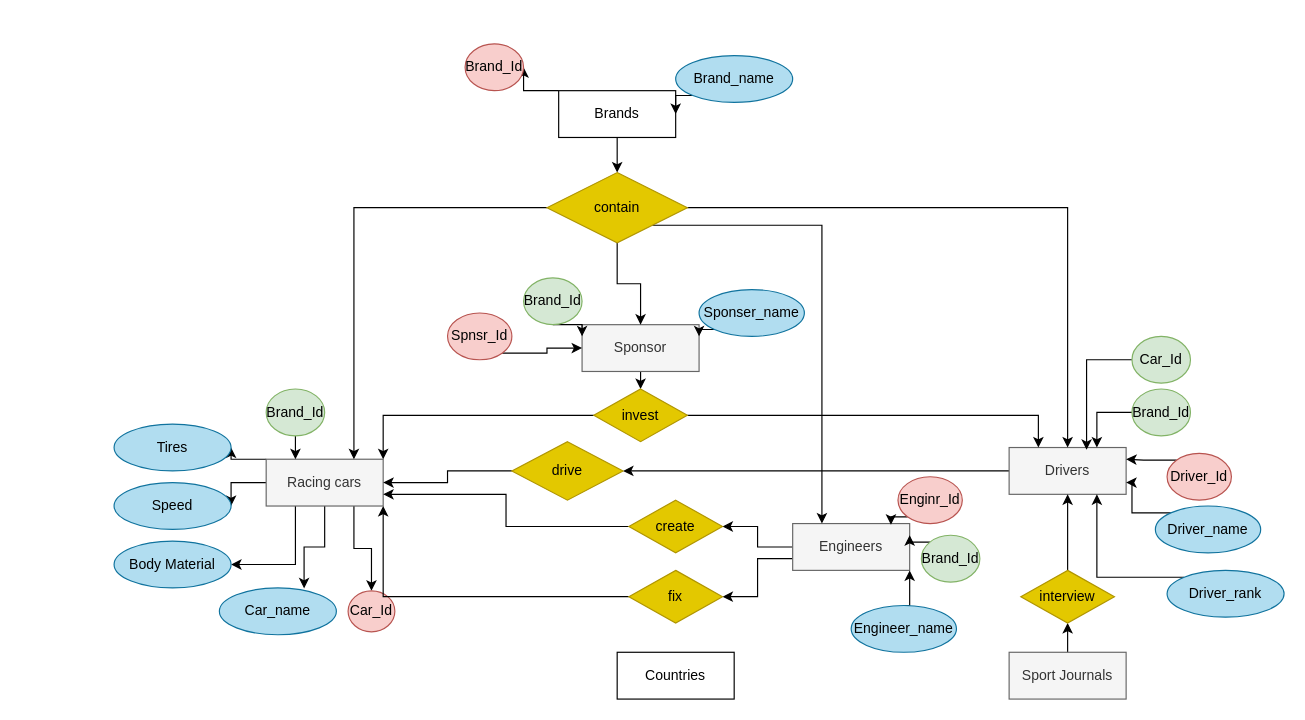
Earlier version of the draw.io diagram Untitled Diagram.drawio (sabajhn/scroll-js). Source tidied: cells renumbered, new cells numbered last; positions are measured from the earlier drawing's top-left corner, leaving out a move shared by most shapes. Both pictures are drawn from the tidied source at 117%, with x=0, y=0 at pixel (113, 43).
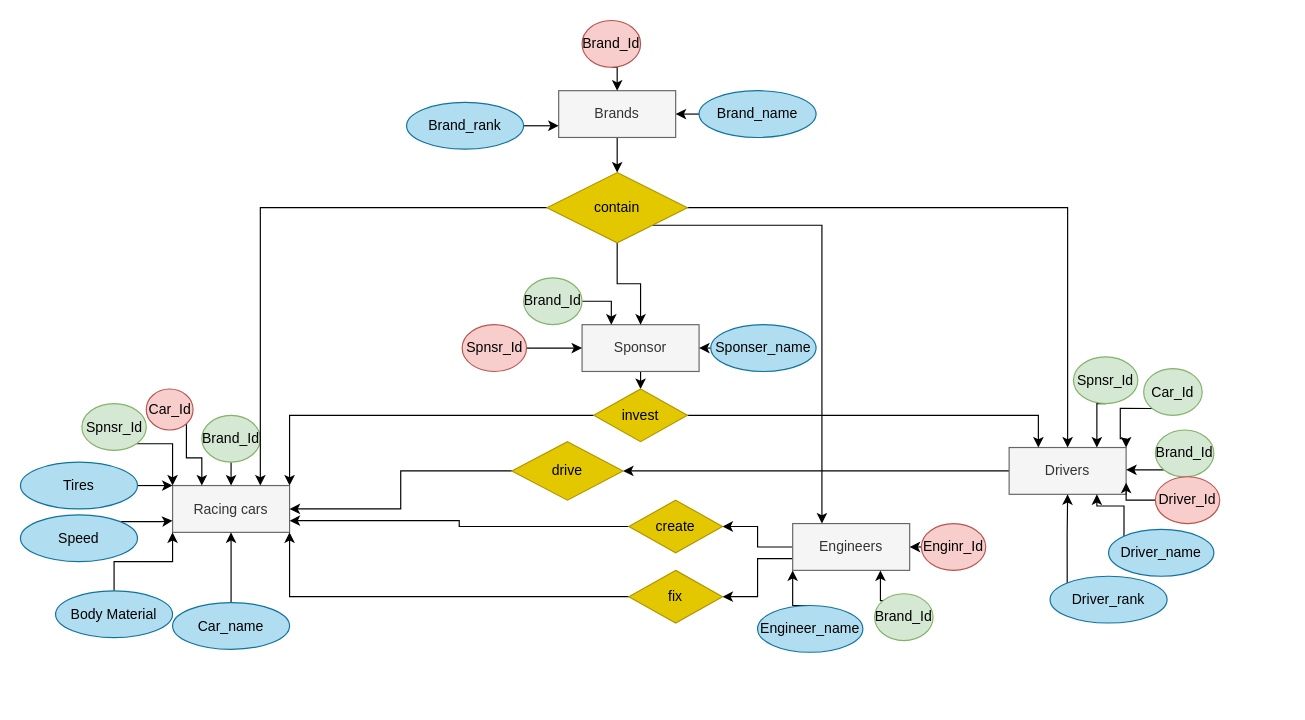
Above is the later version.

The change refers to these unchanged cells:
```xml
<mxCell id="6" value="Drivers" style="whiteSpace=wrap;html=1;align=center;fillColor=#f5f5f5;fontColor=#333333;strokeColor=#666666;" parent="1" vertex="1">
  <mxGeometry x="765" y="345" width="100" height="40" as="geometry" />
</mxCell>
<mxCell id="9" value="Engineers" style="whiteSpace=wrap;html=1;align=center;fillColor=#f5f5f5;fontColor=#333333;strokeColor=#666666;" parent="1" vertex="1">
  <mxGeometry x="580" y="410" width="100" height="40" as="geometry" />
</mxCell>
<mxCell id="12" value="Sponsor" style="whiteSpace=wrap;html=1;align=center;fillColor=#f5f5f5;strokeColor=#666666;fontColor=#333333;" parent="1" vertex="1">
  <mxGeometry x="400" y="240" width="100" height="40" as="geometry" />
</mxCell>
<mxCell id="38" value="Brand_Id" style="ellipse;whiteSpace=wrap;html=1;align=center;fillColor=#d5e8d4;strokeColor=#82b366;" parent="1" vertex="1">
  <mxGeometry x="350" y="200" width="50" height="40" as="geometry" />
</mxCell>
```

The edit, as a diff of the source:
```diff
@@
-    <mxCell id="2" style="edgeStyle=orthogonalEdgeStyle;rounded=0;jettySize=auto;html=1;exitX=0;exitY=0;exitDx=0;exitDy=0;entryX=1;entryY=0.5;entryDx=0;entryDy=0;" parent="1" edge="1" source="4" target="22">
-      <mxGeometry relative="1" as="geometry" />
-    </mxCell>
@@
-    <mxCell id="4" value="Brands" style="whiteSpace=wrap;html=1;align=center;" parent="1" vertex="1">
+    <mxCell id="4" value="Brands" style="whiteSpace=wrap;html=1;align=center;fillColor=#f5f5f5;fontColor=#333333;strokeColor=#666666;" parent="1" vertex="1">
       <mxGeometry x="380" y="40" width="100" height="40" as="geometry" />
     </mxCell>
@@
-    <mxCell id="10" value="Countries" style="whiteSpace=wrap;html=1;align=center;" parent="1" vertex="1">
-      <mxGeometry x="430" y="520" width="100" height="40" as="geometry" />
-    </mxCell>
@@
-    <mxCell id="14" style="edgeStyle=orthogonalEdgeStyle;rounded=0;jettySize=auto;html=1;exitX=0;exitY=0;exitDx=0;exitDy=0;entryX=1;entryY=0.5;entryDx=0;entryDy=0;" parent="1" edge="1" source="19" target="25">
-      <mxGeometry relative="1" as="geometry" />
-    </mxCell>
-    <mxCell id="15" style="edgeStyle=orthogonalEdgeStyle;rounded=0;jettySize=auto;html=1;exitX=0;exitY=0.5;exitDx=0;exitDy=0;entryX=1;entryY=0.5;entryDx=0;entryDy=0;" parent="1" edge="1" source="19" target="26">
-      <mxGeometry relative="1" as="geometry" />
-    </mxCell>
-    <mxCell id="16" style="edgeStyle=orthogonalEdgeStyle;rounded=0;jettySize=auto;html=1;exitX=0.25;exitY=1;exitDx=0;exitDy=0;entryX=1;entryY=0.5;entryDx=0;entryDy=0;" parent="1" edge="1" source="19" target="27">
-      <mxGeometry relative="1" as="geometry" />
-    </mxCell>
-    <mxCell id="17" style="edgeStyle=orthogonalEdgeStyle;rounded=0;jettySize=auto;html=1;exitX=0.5;exitY=1;exitDx=0;exitDy=0;entryX=0.724;entryY=0.01;entryDx=0;entryDy=0;entryPerimeter=0;" parent="1" edge="1" source="19" target="48">
-      <mxGeometry relative="1" as="geometry" />
-    </mxCell>
-    <mxCell id="18" style="edgeStyle=orthogonalEdgeStyle;rounded=0;jettySize=auto;html=1;exitX=0.75;exitY=1;exitDx=0;exitDy=0;entryX=0.5;entryY=0;entryDx=0;entryDy=0;" parent="1" edge="1" source="19" target="49">
-      <mxGeometry relative="1" as="geometry" />
-    </mxCell>
     <mxCell id="19" value="Racing cars" style="whiteSpace=wrap;html=1;align=center;fillColor=#f5f5f5;fontColor=#333333;strokeColor=#666666;" parent="1" vertex="1">
-      <mxGeometry x="130" y="355" width="100" height="40" as="geometry" />
+      <mxGeometry x="50" y="377.5" width="100" height="40" as="geometry" />
     </mxCell>
-    <mxCell id="20" style="edgeStyle=orthogonalEdgeStyle;rounded=0;jettySize=auto;html=1;exitX=0.5;exitY=0;exitDx=0;exitDy=0;entryX=0.5;entryY=1;entryDx=0;entryDy=0;" parent="1" edge="1" source="21" target="45">
-      <mxGeometry relative="1" as="geometry" />
-    </mxCell>
-    <mxCell id="21" value="Sport Journals" style="whiteSpace=wrap;html=1;align=center;fillColor=#f5f5f5;fontColor=#333333;strokeColor=#666666;" parent="1" vertex="1">
-      <mxGeometry x="765" y="520" width="100" height="40" as="geometry" />
-    </mxCell>
+    <mxCell id="70" style="edgeStyle=orthogonalEdgeStyle;rounded=0;jettySize=auto;html=1;exitX=0.5;exitY=1;exitDx=0;exitDy=0;entryX=0.5;entryY=0;entryDx=0;entryDy=0;" parent="1" edge="1" source="22" target="4">
+      <mxGeometry relative="1" as="geometry" />
+    </mxCell>
     <mxCell id="22" value="Brand_Id" style="ellipse;whiteSpace=wrap;html=1;align=center;fillColor=#f8cecc;strokeColor=#b85450;" parent="1" vertex="1">
-      <mxGeometry x="300" width="50" height="40" as="geometry" />
+      <mxGeometry x="400" y="-20" width="50" height="40" as="geometry" />
     </mxCell>
-    <mxCell id="23" style="edgeStyle=orthogonalEdgeStyle;rounded=0;jettySize=auto;html=1;exitX=0.5;exitY=1;exitDx=0;exitDy=0;entryX=0.25;entryY=0;entryDx=0;entryDy=0;" parent="1" edge="1" source="24" target="19">
+    <mxCell id="23" style="edgeStyle=orthogonalEdgeStyle;rounded=0;jettySize=auto;html=1;exitX=0.5;exitY=1;exitDx=0;exitDy=0;entryX=0.5;entryY=0;entryDx=0;entryDy=0;" parent="1" edge="1" source="24" target="19">
       <mxGeometry relative="1" as="geometry" />
     </mxCell>
     <mxCell id="24" value="Brand_Id" style="ellipse;whiteSpace=wrap;html=1;align=center;fillColor=#d5e8d4;strokeColor=#82b366;" parent="1" vertex="1">
-      <mxGeometry x="130" y="295" width="50" height="40" as="geometry" />
+      <mxGeometry x="75" y="317.5" width="50" height="40" as="geometry" />
     </mxCell>
+    <mxCell id="71" style="edgeStyle=orthogonalEdgeStyle;rounded=0;jettySize=auto;html=1;exitX=1;exitY=0.5;exitDx=0;exitDy=0;entryX=0;entryY=0;entryDx=0;entryDy=0;" parent="1" edge="1" source="25" target="19">
+      <mxGeometry relative="1" as="geometry" />
+    </mxCell>
     <mxCell id="25" value="Tires" style="ellipse;whiteSpace=wrap;html=1;align=center;fillColor=#b1ddf0;strokeColor=#10739e;" parent="1" vertex="1">
-      <mxGeometry y="325" width="100" height="40" as="geometry" />
+      <mxGeometry x="-80" y="357.5" width="100" height="40" as="geometry" />
     </mxCell>
+    <mxCell id="72" style="edgeStyle=orthogonalEdgeStyle;rounded=0;jettySize=auto;html=1;exitX=1;exitY=0;exitDx=0;exitDy=0;entryX=0;entryY=0.75;entryDx=0;entryDy=0;" parent="1" edge="1" source="26" target="19">
+      <mxGeometry relative="1" as="geometry" />
+    </mxCell>
     <mxCell id="26" value="Speed" style="ellipse;whiteSpace=wrap;html=1;align=center;fillColor=#b1ddf0;strokeColor=#10739e;" parent="1" vertex="1">
-      <mxGeometry y="375" width="100" height="40" as="geometry" />
+      <mxGeometry x="-80" y="402.5" width="100" height="40" as="geometry" />
     </mxCell>
+    <mxCell id="73" style="edgeStyle=orthogonalEdgeStyle;rounded=0;jettySize=auto;html=1;exitX=0.5;exitY=0;exitDx=0;exitDy=0;entryX=0;entryY=1;entryDx=0;entryDy=0;" parent="1" edge="1" source="27" target="19">
+      <mxGeometry relative="1" as="geometry" />
+    </mxCell>
     <mxCell id="27" value="Body Material" style="ellipse;whiteSpace=wrap;html=1;align=center;fillColor=#b1ddf0;strokeColor=#10739e;" parent="1" vertex="1">
-      <mxGeometry y="425" width="100" height="40" as="geometry" />
+      <mxGeometry x="-50" y="467.5" width="100" height="40" as="geometry" />
     </mxCell>
@@
-    <mxCell id="33" style="edgeStyle=orthogonalEdgeStyle;rounded=0;jettySize=auto;html=1;exitX=0;exitY=0.5;exitDx=0;exitDy=0;entryX=0.75;entryY=0;entryDx=0;entryDy=0;" parent="1" edge="1" source="34" target="6">
+    <mxCell id="33" style="edgeStyle=orthogonalEdgeStyle;rounded=0;jettySize=auto;html=1;exitX=0;exitY=1;exitDx=0;exitDy=0;entryX=1;entryY=0.5;entryDx=0;entryDy=0;" parent="1" edge="1" source="34" target="6">
       <mxGeometry relative="1" as="geometry" />
     </mxCell>
     <mxCell id="34" value="Brand_Id" style="ellipse;whiteSpace=wrap;html=1;align=center;fillColor=#d5e8d4;strokeColor=#82b366;" parent="1" vertex="1">
-      <mxGeometry x="870" y="295" width="50" height="40" as="geometry" />
+      <mxGeometry x="890" y="330" width="50" height="40" as="geometry" />
     </mxCell>
-    <mxCell id="35" style="edgeStyle=orthogonalEdgeStyle;rounded=0;jettySize=auto;html=1;exitX=0;exitY=0;exitDx=0;exitDy=0;entryX=1;entryY=0.25;entryDx=0;entryDy=0;" parent="1" edge="1" source="36" target="9">
+    <mxCell id="35" style="edgeStyle=orthogonalEdgeStyle;rounded=0;jettySize=auto;html=1;exitX=0;exitY=0;exitDx=0;exitDy=0;entryX=0.75;entryY=1;entryDx=0;entryDy=0;" parent="1" edge="1" source="36" target="9">
       <mxGeometry relative="1" as="geometry" />
     </mxCell>
     <mxCell id="36" value="Brand_Id" style="ellipse;whiteSpace=wrap;html=1;align=center;fillColor=#d5e8d4;strokeColor=#82b366;" parent="1" vertex="1">
-      <mxGeometry x="690" y="420" width="50" height="40" as="geometry" />
+      <mxGeometry x="650" y="470" width="50" height="40" as="geometry" />
     </mxCell>
-    <mxCell id="37" style="edgeStyle=orthogonalEdgeStyle;rounded=0;jettySize=auto;html=1;exitX=0.5;exitY=1;exitDx=0;exitDy=0;entryX=0;entryY=0.25;entryDx=0;entryDy=0;" parent="1" edge="1" source="38" target="12">
+    <mxCell id="37" style="edgeStyle=orthogonalEdgeStyle;rounded=0;jettySize=auto;html=1;exitX=1;exitY=0.5;exitDx=0;exitDy=0;entryX=0.25;entryY=0;entryDx=0;entryDy=0;" parent="1" edge="1" source="38" target="12">
       <mxGeometry relative="1" as="geometry" />
     </mxCell>
@@
-    <mxCell id="44" style="edgeStyle=orthogonalEdgeStyle;rounded=0;jettySize=auto;html=1;" parent="1" edge="1" source="45" target="6">
-      <mxGeometry relative="1" as="geometry" />
-    </mxCell>
-    <mxCell id="45" value="interview" style="shape=rhombus;perimeter=rhombusPerimeter;whiteSpace=wrap;html=1;align=center;fillColor=#e3c800;fontColor=#000000;strokeColor=#B09500;" parent="1" vertex="1">
-      <mxGeometry x="775" y="450" width="80" height="45" as="geometry" />
-    </mxCell>
-    <mxCell id="46" style="edgeStyle=orthogonalEdgeStyle;rounded=0;jettySize=auto;html=1;exitX=0;exitY=1;exitDx=0;exitDy=0;entryX=1;entryY=0.5;entryDx=0;entryDy=0;" parent="1" edge="1" source="47" target="4">
+    <mxCell id="46" style="edgeStyle=orthogonalEdgeStyle;rounded=0;jettySize=auto;html=1;exitX=0;exitY=0.5;exitDx=0;exitDy=0;entryX=1;entryY=0.5;entryDx=0;entryDy=0;" parent="1" edge="1" source="47" target="4">
       <mxGeometry relative="1" as="geometry" />
     </mxCell>
     <mxCell id="47" value="Brand_name" style="ellipse;whiteSpace=wrap;html=1;align=center;fillColor=#b1ddf0;strokeColor=#10739e;" parent="1" vertex="1">
-      <mxGeometry x="480" y="10" width="100" height="40" as="geometry" />
+      <mxGeometry x="500" y="40" width="100" height="40" as="geometry" />
     </mxCell>
+    <mxCell id="74" style="edgeStyle=orthogonalEdgeStyle;rounded=0;jettySize=auto;html=1;" parent="1" edge="1" source="48" target="19">
+      <mxGeometry relative="1" as="geometry" />
+    </mxCell>
     <mxCell id="48" value="Car_name" style="ellipse;whiteSpace=wrap;html=1;align=center;fillColor=#b1ddf0;strokeColor=#10739e;" parent="1" vertex="1">
-      <mxGeometry x="90" y="465" width="100" height="40" as="geometry" />
+      <mxGeometry x="50" y="477.5" width="100" height="40" as="geometry" />
     </mxCell>
+    <mxCell id="75" style="edgeStyle=orthogonalEdgeStyle;rounded=0;jettySize=auto;html=1;exitX=1;exitY=1;exitDx=0;exitDy=0;entryX=0.25;entryY=0;entryDx=0;entryDy=0;" parent="1" edge="1" source="49" target="19">
+      <mxGeometry relative="1" as="geometry" />
+    </mxCell>
     <mxCell id="49" value="Car_Id" style="ellipse;whiteSpace=wrap;html=1;align=center;fillColor=#f8cecc;strokeColor=#b85450;" parent="1" vertex="1">
-      <mxGeometry x="200" y="467.5" width="40" height="35" as="geometry" />
+      <mxGeometry x="27.5" y="295" width="40" height="35" as="geometry" />
     </mxCell>
-    <mxCell id="50" style="edgeStyle=orthogonalEdgeStyle;rounded=0;jettySize=auto;html=1;exitX=0;exitY=0;exitDx=0;exitDy=0;entryX=1;entryY=0.25;entryDx=0;entryDy=0;" parent="1" edge="1" source="51" target="6">
+    <mxCell id="50" style="edgeStyle=orthogonalEdgeStyle;rounded=0;jettySize=auto;html=1;exitX=0;exitY=0.5;exitDx=0;exitDy=0;entryX=1;entryY=0.75;entryDx=0;entryDy=0;" parent="1" edge="1" source="51" target="6">
       <mxGeometry relative="1" as="geometry" />
     </mxCell>
     <mxCell id="51" value="Driver_Id" style="ellipse;whiteSpace=wrap;html=1;align=center;fillColor=#f8cecc;strokeColor=#b85450;" parent="1" vertex="1">
-      <mxGeometry x="900" y="350" width="55" height="40" as="geometry" />
+      <mxGeometry x="890" y="370" width="55" height="40" as="geometry" />
     </mxCell>
-    <mxCell id="52" style="edgeStyle=orthogonalEdgeStyle;rounded=0;jettySize=auto;html=1;exitX=1;exitY=1;exitDx=0;exitDy=0;entryX=0;entryY=0.5;entryDx=0;entryDy=0;" parent="1" edge="1" source="53" target="12">
+    <mxCell id="52" style="edgeStyle=orthogonalEdgeStyle;rounded=0;jettySize=auto;html=1;exitX=1;exitY=0.5;exitDx=0;exitDy=0;entryX=0;entryY=0.5;entryDx=0;entryDy=0;" parent="1" edge="1" source="53" target="12">
       <mxGeometry relative="1" as="geometry" />
     </mxCell>
     <mxCell id="53" value="Spnsr_Id" style="ellipse;whiteSpace=wrap;html=1;align=center;fillColor=#f8cecc;strokeColor=#b85450;" parent="1" vertex="1">
-      <mxGeometry x="285" y="230" width="55" height="40" as="geometry" />
+      <mxGeometry x="297.5" y="240" width="55" height="40" as="geometry" />
     </mxCell>
-    <mxCell id="54" style="edgeStyle=orthogonalEdgeStyle;rounded=0;jettySize=auto;html=1;exitX=0;exitY=1;exitDx=0;exitDy=0;entryX=0.84;entryY=0.025;entryDx=0;entryDy=0;entryPerimeter=0;" parent="1" edge="1" source="55" target="9">
+    <mxCell id="54" style="edgeStyle=orthogonalEdgeStyle;rounded=0;jettySize=auto;html=1;exitX=0;exitY=0.5;exitDx=0;exitDy=0;entryX=1;entryY=0.5;entryDx=0;entryDy=0;" parent="1" edge="1" source="55" target="9">
       <mxGeometry relative="1" as="geometry" />
     </mxCell>
     <mxCell id="55" value="Enginr_Id" style="ellipse;whiteSpace=wrap;html=1;align=center;fillColor=#f8cecc;strokeColor=#b85450;" parent="1" vertex="1">
-      <mxGeometry x="670" y="370" width="55" height="40" as="geometry" />
+      <mxGeometry x="690" y="410" width="55" height="40" as="geometry" />
     </mxCell>
@@
-    <mxCell id="60" style="edgeStyle=orthogonalEdgeStyle;rounded=0;jettySize=auto;html=1;exitX=0;exitY=1;exitDx=0;exitDy=0;entryX=1;entryY=0.25;entryDx=0;entryDy=0;" parent="1" edge="1" source="61" target="12">
+    <mxCell id="60" style="edgeStyle=orthogonalEdgeStyle;rounded=0;jettySize=auto;html=1;exitX=0;exitY=0.5;exitDx=0;exitDy=0;entryX=1;entryY=0.5;entryDx=0;entryDy=0;" parent="1" edge="1" source="61" target="12">
       <mxGeometry relative="1" as="geometry" />
     </mxCell>
     <mxCell id="61" value="Sponser_name" style="ellipse;whiteSpace=wrap;html=1;align=center;fillColor=#b1ddf0;strokeColor=#10739e;" parent="1" vertex="1">
-      <mxGeometry x="500" y="210" width="90" height="40" as="geometry" />
+      <mxGeometry x="510" y="240" width="90" height="40" as="geometry" />
     </mxCell>
-    <mxCell id="62" style="edgeStyle=orthogonalEdgeStyle;rounded=0;jettySize=auto;html=1;exitX=0;exitY=0;exitDx=0;exitDy=0;entryX=1;entryY=0.75;entryDx=0;entryDy=0;" parent="1" edge="1" source="63" target="6">
+    <mxCell id="62" style="edgeStyle=orthogonalEdgeStyle;rounded=0;jettySize=auto;html=1;exitX=0;exitY=0;exitDx=0;exitDy=0;entryX=0.75;entryY=1;entryDx=0;entryDy=0;" parent="1" edge="1" source="63" target="6">
       <mxGeometry relative="1" as="geometry" />
     </mxCell>
     <mxCell id="63" value="Driver_name" style="ellipse;whiteSpace=wrap;html=1;align=center;fillColor=#b1ddf0;strokeColor=#10739e;" parent="1" vertex="1">
-      <mxGeometry x="890" y="395" width="90" height="40" as="geometry" />
+      <mxGeometry x="850" y="415" width="90" height="40" as="geometry" />
     </mxCell>
-    <mxCell id="64" style="edgeStyle=orthogonalEdgeStyle;rounded=0;jettySize=auto;html=1;exitX=0;exitY=0.5;exitDx=0;exitDy=0;entryX=0.662;entryY=0.05;entryDx=0;entryDy=0;entryPerimeter=0;" parent="1" edge="1" source="65" target="6">
+    <mxCell id="64" style="edgeStyle=orthogonalEdgeStyle;rounded=0;jettySize=auto;html=1;exitX=0;exitY=1;exitDx=0;exitDy=0;entryX=1;entryY=0;entryDx=0;entryDy=0;" parent="1" edge="1" source="65" target="6">
       <mxGeometry relative="1" as="geometry" />
     </mxCell>
     <mxCell id="65" value="Car_Id" style="ellipse;whiteSpace=wrap;html=1;align=center;fillColor=#d5e8d4;strokeColor=#82b366;" parent="1" vertex="1">
-      <mxGeometry x="870" y="250" width="50" height="40" as="geometry" />
+      <mxGeometry x="880" y="277.5" width="50" height="40" as="geometry" />
     </mxCell>
-    <mxCell id="66" style="edgeStyle=orthogonalEdgeStyle;rounded=0;jettySize=auto;html=1;exitX=0;exitY=0;exitDx=0;exitDy=0;entryX=0.75;entryY=1;entryDx=0;entryDy=0;" parent="1" edge="1" source="67" target="6">
+    <mxCell id="66" style="edgeStyle=orthogonalEdgeStyle;rounded=0;jettySize=auto;html=1;exitX=0;exitY=0;exitDx=0;exitDy=0;entryX=0.5;entryY=1;entryDx=0;entryDy=0;" parent="1" edge="1" source="67" target="6">
       <mxGeometry relative="1" as="geometry" />
     </mxCell>
     <mxCell id="67" value="Driver_rank" style="ellipse;whiteSpace=wrap;html=1;align=center;fillColor=#b1ddf0;strokeColor=#10739e;" parent="1" vertex="1">
-      <mxGeometry x="900" y="450" width="100" height="40" as="geometry" />
+      <mxGeometry x="800" y="455" width="100" height="40" as="geometry" />
     </mxCell>
-    <mxCell id="68" style="edgeStyle=orthogonalEdgeStyle;rounded=0;jettySize=auto;html=1;exitX=0.5;exitY=0;exitDx=0;exitDy=0;entryX=1;entryY=1;entryDx=0;entryDy=0;" parent="1" edge="1" source="69" target="9">
+    <mxCell id="68" style="edgeStyle=orthogonalEdgeStyle;rounded=0;jettySize=auto;html=1;exitX=0.5;exitY=0;exitDx=0;exitDy=0;entryX=0;entryY=1;entryDx=0;entryDy=0;" parent="1" edge="1" source="69" target="9">
       <mxGeometry relative="1" as="geometry" />
     </mxCell>
     <mxCell id="69" value="Engineer_name" style="ellipse;whiteSpace=wrap;html=1;align=center;fillColor=#b1ddf0;strokeColor=#10739e;" parent="1" vertex="1">
-      <mxGeometry x="630" y="480" width="90" height="40" as="geometry" />
+      <mxGeometry x="550" y="480" width="90" height="40" as="geometry" />
     </mxCell>
+    <mxCell id="76" style="edgeStyle=orthogonalEdgeStyle;rounded=0;jettySize=auto;html=1;exitX=1;exitY=0.5;exitDx=0;exitDy=0;entryX=0;entryY=0.75;entryDx=0;entryDy=0;" parent="1" edge="1" source="77" target="4">
+      <mxGeometry relative="1" as="geometry" />
+    </mxCell>
+    <mxCell id="77" value="Brand_rank" style="ellipse;whiteSpace=wrap;html=1;align=center;fillColor=#b1ddf0;strokeColor=#10739e;" parent="1" vertex="1">
+      <mxGeometry x="250" y="50" width="100" height="40" as="geometry" />
+    </mxCell>
+    <mxCell id="78" style="edgeStyle=orthogonalEdgeStyle;rounded=0;jettySize=auto;html=1;exitX=1;exitY=1;exitDx=0;exitDy=0;entryX=0;entryY=0;entryDx=0;entryDy=0;" parent="1" edge="1" source="79" target="19">
+      <mxGeometry relative="1" as="geometry" />
+    </mxCell>
+    <mxCell id="79" value="Spnsr_Id" style="ellipse;whiteSpace=wrap;html=1;align=center;fillColor=#d5e8d4;strokeColor=#82b366;" parent="1" vertex="1">
+      <mxGeometry x="-27.5" y="307.5" width="55" height="40" as="geometry" />
+    </mxCell>
+    <mxCell id="80" style="edgeStyle=orthogonalEdgeStyle;rounded=0;jettySize=auto;html=1;exitX=0.5;exitY=1;exitDx=0;exitDy=0;entryX=0.75;entryY=0;entryDx=0;entryDy=0;" parent="1" edge="1" source="81" target="6">
+      <mxGeometry relative="1" as="geometry" />
+    </mxCell>
+    <mxCell id="81" value="Spnsr_Id" style="ellipse;whiteSpace=wrap;html=1;align=center;fillColor=#d5e8d4;strokeColor=#82b366;" parent="1" vertex="1">
+      <mxGeometry x="820" y="267.5" width="55" height="40" as="geometry" />
+    </mxCell>
```
